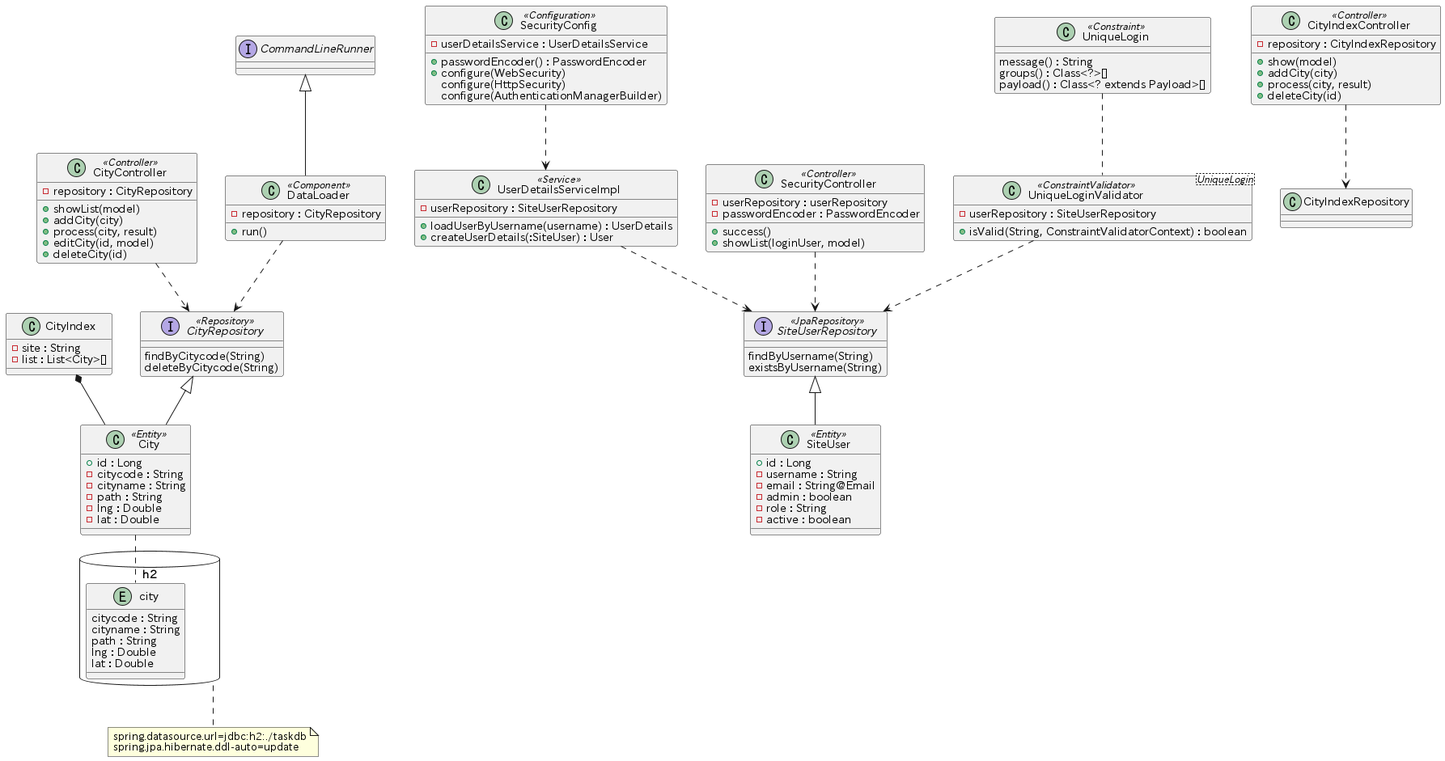
This is class.png from yuuhayashi/task-bldg, a PlantUML export, as it was before one commit.
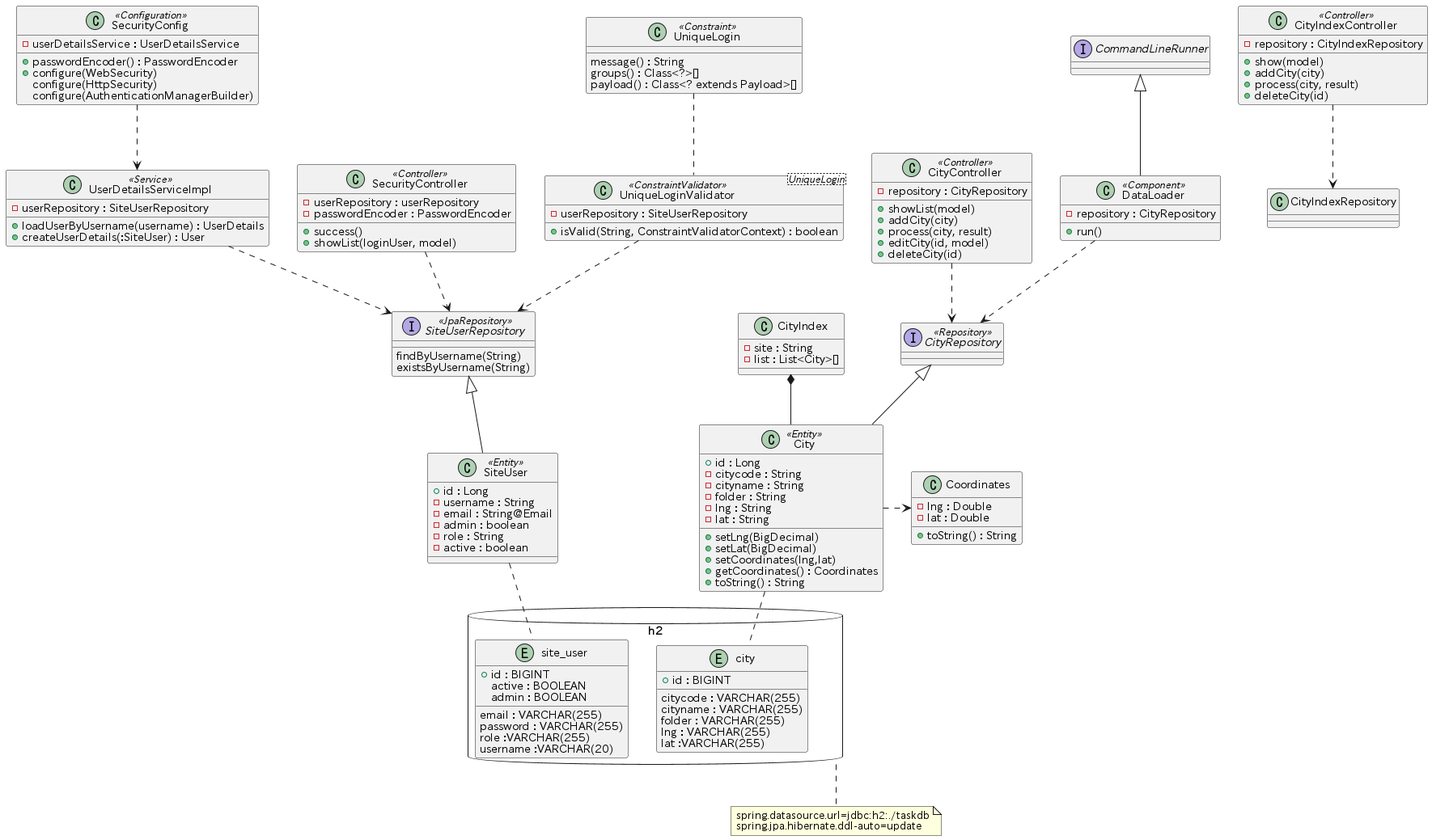
Above is the later version.

What changed in the source:
```diff
@@ -2,11 +2,21 @@
 
 database "h2" as db {
 	entity city {
-		citycode : String
-		cityname : String
-		path : String
-		lng : Double
-		lat : Double
+		+ id : BIGINT
+		citycode : VARCHAR(255)
+		cityname : VARCHAR(255)
+		folder : VARCHAR(255)
+		lng : VARCHAR(255)
+		lat :VARCHAR(255)
+	}
+	entity site_user {
+		+ id : BIGINT
+		active : BOOLEAN
+		admin : BOOLEAN
+		email : VARCHAR(255)
+		password : VARCHAR(255)
+		role :VARCHAR(255)
+		username :VARCHAR(20)
 	}
 }
 note bottom of db : spring.datasource.url=jdbc:h2:./taskdb\nspring.jpa.hibernate.ddl-auto=update
@@ -40,6 +50,7 @@
   - role : String
   - active : boolean
 }
+SiteUser .. site_user
 
 class UniqueLoginValidator<UniqueLogin> <<ConstraintValidator>> {
   - userRepository : SiteUserRepository
@@ -67,11 +78,23 @@
   + id : Long
   - citycode : String
   - cityname : String
-  - path : String
+  - folder : String
+  - lng : String
+  - lat : String
+  + setLng(BigDecimal)
+  + setLat(BigDecimal)
+  + setCoordinates(lng,lat)
+  + getCoordinates() : Coordinates
+  + toString() : String
+}
+City .. city
+
+class Coordinates {
   - lng : Double
   - lat : Double
+  + toString() : String
 }
-City .. city
+City .> Coordinates
 
 class CityIndex {
 	- site : String
@@ -80,8 +103,6 @@
 CityIndex *-- City
 
 interface CityRepository <<Repository>> {
-	findByCitycode(String)
-	deleteByCitycode(String)
 }
 CityRepository <|-- City
 
```
